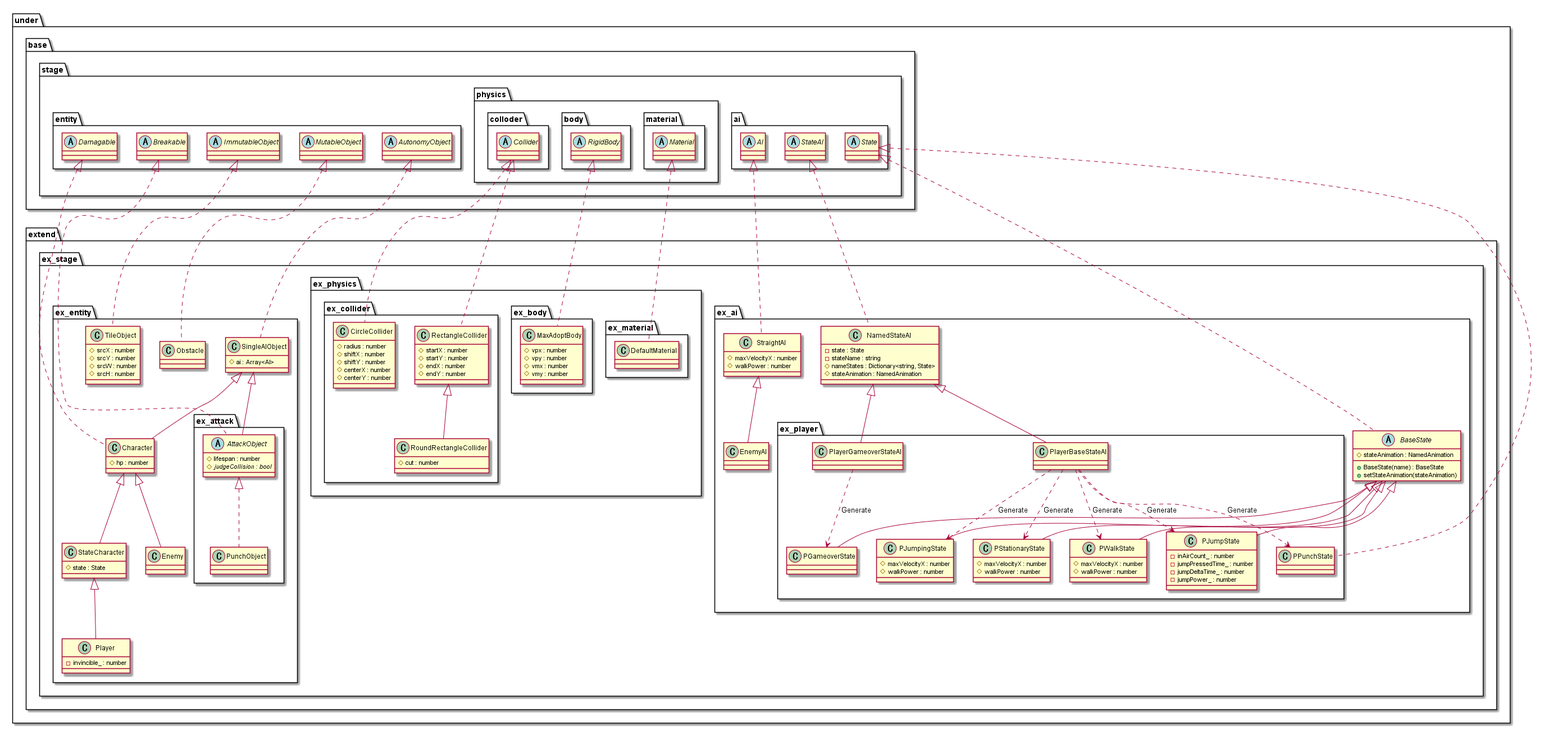
This is out/uml/entity/Extend/EntityExtend.png from Expine/Under, a PlantUML export, as it was before one commit.
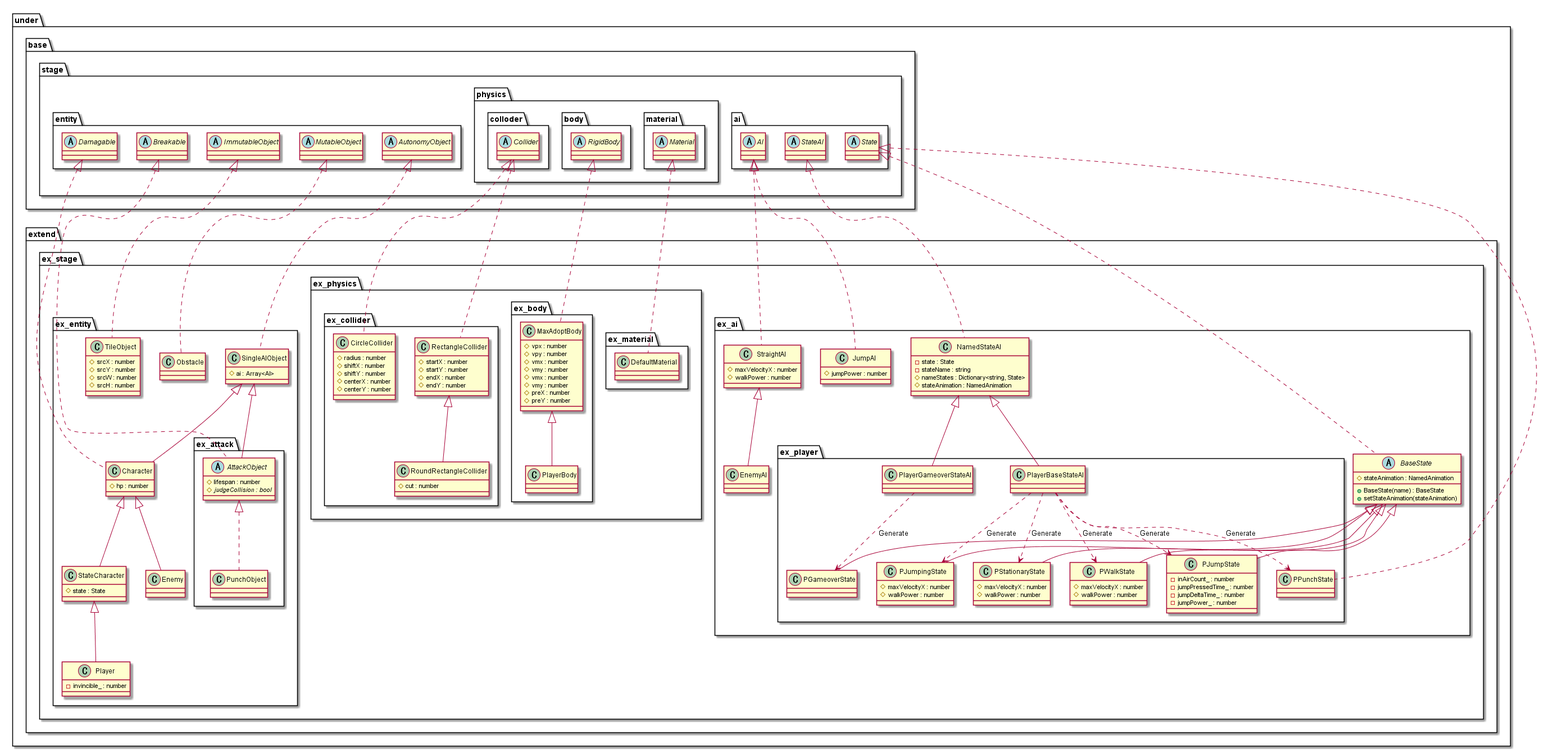
Later version of the same file.

What changed in the source:
```diff
@@ -57,7 +57,12 @@
                         #vpy : number
                         #vmx : number
                         #vmy : number
+                        #vmx : number
+                        #vmy : number
+                        #preX : number
+                        #preY : number
                     }
+                    class PlayerBody
                 }
                 package ex_material {
                     class DefaultMaterial
@@ -73,6 +78,9 @@
                 class StraightAI {
                     #maxVelocityX : number
                     #walkPower : number
+                }
+                class JumpAI {
+                    #jumpPower : number
                 }
                 class EnemyAI
 
@@ -165,10 +173,12 @@
 Collider <|.. CircleCollider
 RectangleCollider <|-- RoundRectangleCollider
 RigidBody <|.. MaxAdoptBody
+MaxAdoptBody <|-- PlayerBody
 Material <|.. DefaultMaterial
 
 StateAI <|.. NamedStateAI
 AI <|.. StraightAI
+AI <|.. JumpAI
 StraightAI <|-- EnemyAI
 NamedStateAI <|-- PlayerBaseStateAI
 NamedStateAI <|-- PlayerGameoverStateAI
```
